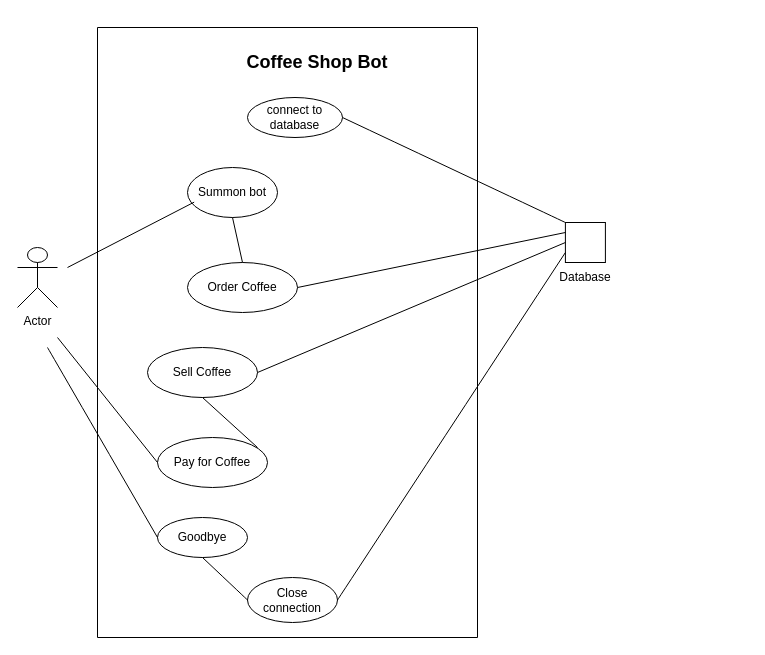
vnmrnd24/CoffeShop keeps this draw.io diagram as Coffe Shop.drawio. Above is the earlier version. Source tidied: cells renumbered, new cells numbered last; positions are measured from the earlier drawing's top-left corner, leaving out a move shared by most shapes. Both pictures are drawn from the tidied source at 100%, with x=0, y=0 at pixel (17, 27).
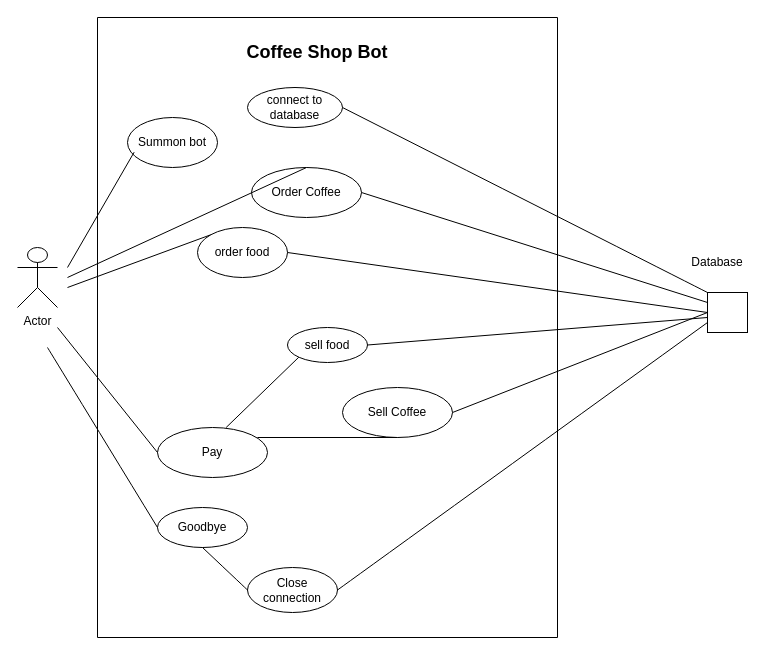
The same page after the edit.

Change to the diagram source:
```diff
@@
     <mxCell id="2" style="swimlane;startSize=0;" parent="1" vertex="1">
-      <mxGeometry x="80" width="380" height="610" as="geometry" />
+      <mxGeometry x="80" y="-10" width="460" height="620" as="geometry" />
     </mxCell>
@@
     <mxCell id="4" value="Summon bot" style="ellipse;whiteSpace=wrap;html=1;" parent="2" vertex="1">
-      <mxGeometry x="90" y="140" width="90" height="50" as="geometry" />
+      <mxGeometry x="30" y="100" width="90" height="50" as="geometry" />
     </mxCell>
     <mxCell id="5" value="Order Coffee" style="ellipse;whiteSpace=wrap;html=1;" parent="2" vertex="1">
-      <mxGeometry x="90" y="235" width="110" height="50" as="geometry" />
+      <mxGeometry x="154" y="150" width="110" height="50" as="geometry" />
     </mxCell>
     <mxCell id="6" value="Sell Coffee" style="ellipse;whiteSpace=wrap;html=1;" parent="2" vertex="1">
-      <mxGeometry x="50" y="320" width="110" height="50" as="geometry" />
+      <mxGeometry x="245" y="370" width="110" height="50" as="geometry" />
     </mxCell>
-    <mxCell id="7" value="Pay for Coffee" style="ellipse;whiteSpace=wrap;html=1;" parent="2" vertex="1">
+    <mxCell id="7" value="Pay" style="ellipse;whiteSpace=wrap;html=1;" parent="2" vertex="1">
       <mxGeometry x="60" y="410" width="110" height="50" as="geometry" />
     </mxCell>
-    <mxCell id="8" style="endArrow=none;html=1;rounded=0;entryX=0.5;entryY=1;entryDx=0;entryDy=0;exitX=0.5;exitY=0;exitDx=0;exitDy=0;" parent="2" edge="1" source="5" target="4">
-      <mxGeometry relative="1" as="geometry" />
+    <mxCell id="8" style="endArrow=none;html=1;rounded=0;exitX=0.5;exitY=0;exitDx=0;exitDy=0;" parent="2" edge="1" source="5">
+      <mxGeometry relative="1" as="geometry">
+        <mxPoint x="-30" y="260" as="targetPoint" />
+      </mxGeometry>
     </mxCell>
@@
+    <mxCell id="24" value="order food" style="ellipse;whiteSpace=wrap;html=1;" parent="2" vertex="1">
+      <mxGeometry x="100" y="210" width="90" height="50" as="geometry" />
+    </mxCell>
+    <mxCell id="25" style="endArrow=none;html=1;rounded=0;exitX=0;exitY=0;exitDx=0;exitDy=0;" parent="2" edge="1" source="24">
+      <mxGeometry relative="1" as="geometry">
+        <mxPoint x="-30" y="270" as="targetPoint" />
+      </mxGeometry>
+    </mxCell>
+    <mxCell id="26" value="sell food" style="ellipse;whiteSpace=wrap;html=1;" parent="2" vertex="1">
+      <mxGeometry x="190" y="310" width="80" height="35" as="geometry" />
+    </mxCell>
+    <mxCell id="27" style="endArrow=none;html=1;rounded=0;entryX=0.624;entryY=0;entryDx=0;entryDy=0;entryPerimeter=0;exitX=0;exitY=1;exitDx=0;exitDy=0;" parent="2" edge="1" source="26" target="7">
+      <mxGeometry relative="1" as="geometry" />
+    </mxCell>
@@
     <mxCell id="16" value="Database" style="text;html=1;strokeColor=none;fillColor=none;align=center;verticalAlign=middle;whiteSpace=wrap;rounded=0;" parent="1" vertex="1">
-      <mxGeometry x="537.9" y="235" width="60" height="30" as="geometry" />
+      <mxGeometry x="670" y="220" width="60" height="30" as="geometry" />
     </mxCell>
     <mxCell id="17" style="rounded=0;whiteSpace=wrap;html=1;" parent="1" vertex="1">
-      <mxGeometry x="547.9" y="195" width="40" height="40" as="geometry" />
+      <mxGeometry x="690" y="265" width="40" height="40" as="geometry" />
     </mxCell>
@@
+    <mxCell id="28" style="endArrow=none;html=1;rounded=0;entryX=0;entryY=0.5;entryDx=0;entryDy=0;exitX=1;exitY=0.5;exitDx=0;exitDy=0;" parent="1" edge="1" source="24" target="17">
+      <mxGeometry relative="1" as="geometry" />
+    </mxCell>
+    <mxCell id="29" style="endArrow=none;html=1;rounded=0;exitX=1;exitY=0.5;exitDx=0;exitDy=0;" parent="1" edge="1" source="26">
+      <mxGeometry relative="1" as="geometry">
+        <mxPoint x="690" y="290" as="targetPoint" />
+      </mxGeometry>
+    </mxCell>
```
